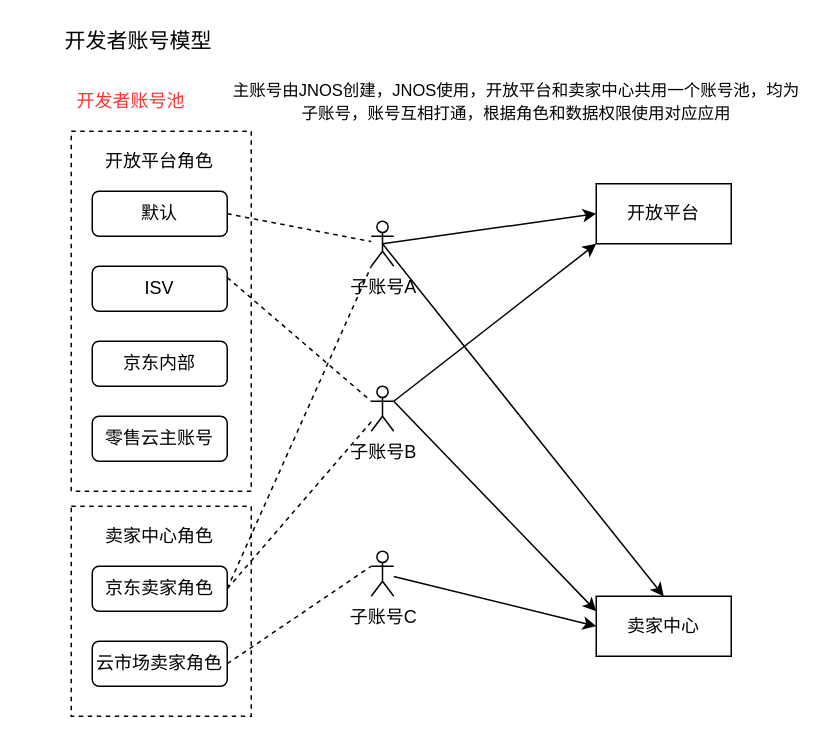
Above: page "第 1 页" (1 of 2) of account-model.drawio in greenabyss/image (draw.io), before the change. Source tidied: cells renumbered, new cells numbered last; positions are measured from the earlier drawing's top-left corner, leaving out a move shared by most shapes. Both pictures are drawn from the tidied source at 150%, with x=0, y=0 at pixel (26, 26).
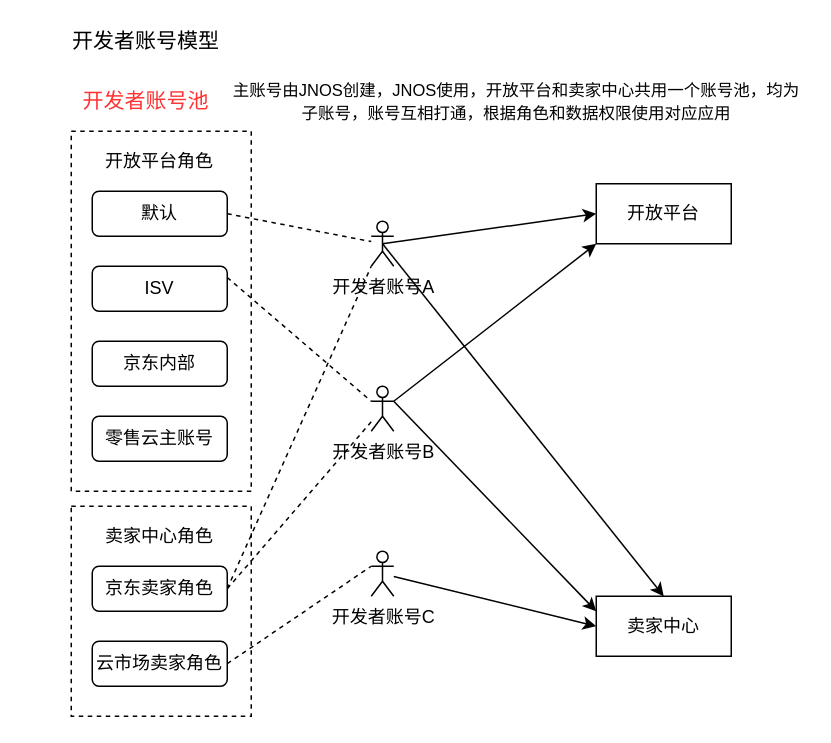
The same page after the edit.

What changed in the source:
```diff
@@
     <mxCell id="4" value="&lt;font style=&quot;font-size: 14px&quot;&gt;开发者账号模型&lt;/font&gt;" style="text;html=1;strokeColor=none;fillColor=none;align=center;verticalAlign=middle;whiteSpace=wrap;rounded=0;dashed=1;" parent="1" vertex="1">
-      <mxGeometry width="150" height="20" as="geometry" />
+      <mxGeometry x="5" width="150" height="20" as="geometry" />
     </mxCell>
-    <mxCell id="5" value="&lt;font color=&quot;#ff3333&quot;&gt;开发者账号池&lt;/font&gt;" style="text;html=1;strokeColor=none;fillColor=none;align=center;verticalAlign=middle;whiteSpace=wrap;rounded=0;dashed=1;" parent="1" vertex="1">
-      <mxGeometry x="30" y="40" width="80" height="20" as="geometry" />
+    <mxCell id="5" value="&lt;font color=&quot;#ff3333&quot; style=&quot;font-size: 14px&quot;&gt;开发者账号池&lt;/font&gt;" style="text;html=1;strokeColor=none;fillColor=none;align=center;verticalAlign=middle;whiteSpace=wrap;rounded=0;dashed=1;" parent="1" vertex="1">
+      <mxGeometry x="30" y="40" width="100" height="20" as="geometry" />
     </mxCell>
@@
-    <mxCell id="11" value="子账号A" style="shape=umlActor;verticalLabelPosition=bottom;verticalAlign=top;html=1;outlineConnect=0;" parent="1" vertex="1">
+    <mxCell id="11" value="开发者账号A" style="shape=umlActor;verticalLabelPosition=bottom;verticalAlign=top;html=1;outlineConnect=0;" parent="1" vertex="1">
       <mxGeometry x="230" y="130" width="15" height="30" as="geometry" />
     </mxCell>
@@
-    <mxCell id="14" value="子账号B" style="shape=umlActor;verticalLabelPosition=bottom;verticalAlign=top;html=1;outlineConnect=0;" parent="1" vertex="1">
+    <mxCell id="14" value="开发者账号B" style="shape=umlActor;verticalLabelPosition=bottom;verticalAlign=top;html=1;outlineConnect=0;" parent="1" vertex="1">
       <mxGeometry x="230" y="240" width="15" height="30" as="geometry" />
     </mxCell>
@@
-    <mxCell id="16" value="子账号C" style="shape=umlActor;verticalLabelPosition=bottom;verticalAlign=top;html=1;outlineConnect=0;" parent="1" vertex="1">
+    <mxCell id="16" value="开发者账号C" style="shape=umlActor;verticalLabelPosition=bottom;verticalAlign=top;html=1;outlineConnect=0;" parent="1" vertex="1">
       <mxGeometry x="230" y="350" width="15" height="30" as="geometry" />
     </mxCell>
```
